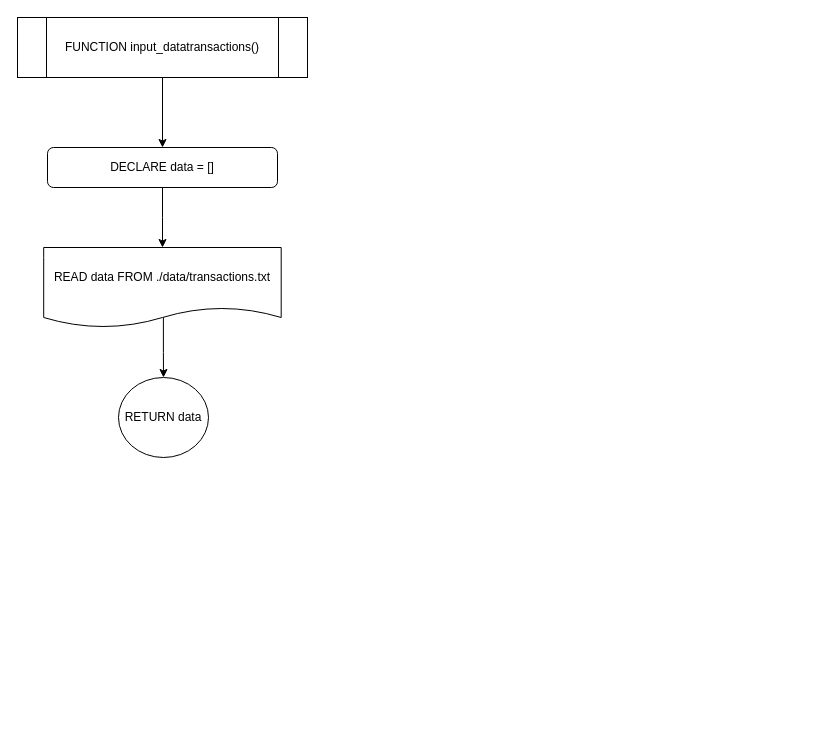
The draw.io diagram Flowchart/default/input_datatransactions.drawio in RabbitBear00/Car-Rental-System, before the edit. Source tidied: cells renumbered, new cells numbered last; positions are measured from the earlier drawing's top-left corner, leaving out a move shared by most shapes. Both pictures are drawn from the tidied source at 100%, with x=0, y=0 at pixel (17, 17).
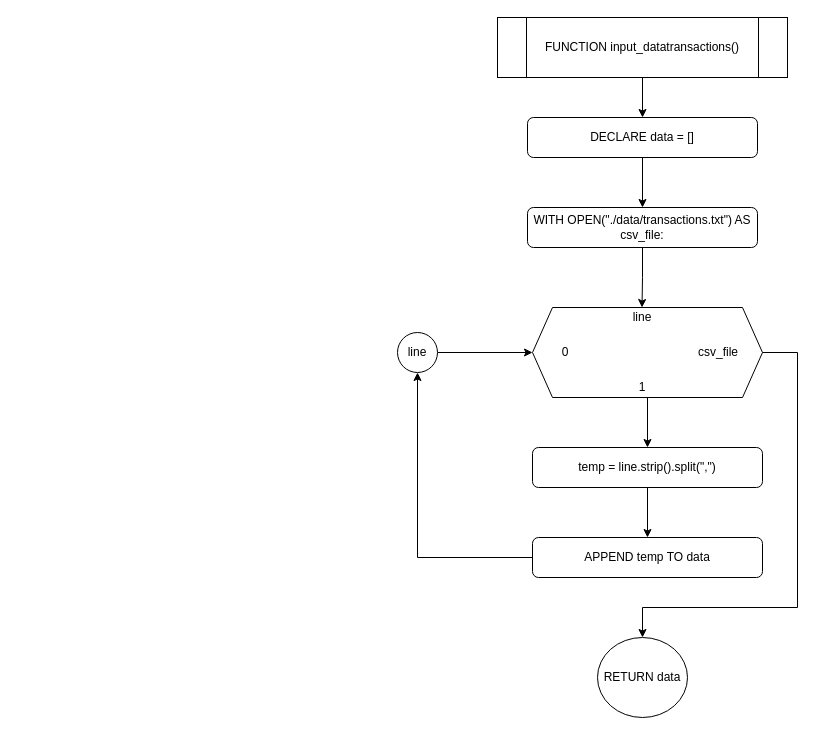
Above is the later version.

The edit, as a diff of the source:
```diff
@@
     <mxCell id="3" value="FUNCTION input_datatransactions()" style="shape=process;whiteSpace=wrap;html=1;backgroundOutline=1;" parent="1" vertex="1">
-      <mxGeometry width="290" height="60" as="geometry" />
+      <mxGeometry x="480" width="290" height="60" as="geometry" />
     </mxCell>
-    <mxCell id="4" style="edgeStyle=orthogonalEdgeStyle;rounded=0;jettySize=auto;html=1;" parent="1" edge="1" source="5" target="7">
-      <mxGeometry relative="1" as="geometry" />
-    </mxCell>
+    <mxCell id="8" value="RETURN data" style="ellipse;whiteSpace=wrap;html=1;" parent="1" vertex="1">
+      <mxGeometry x="580" y="620" width="90" height="80" as="geometry" />
+    </mxCell>
+    <mxCell id="9" style="edgeStyle=orthogonalEdgeStyle;rounded=0;jettySize=auto;html=1;entryX=0.5;entryY=0;entryDx=0;entryDy=0;" parent="1" edge="1" source="10" target="13">
+      <mxGeometry relative="1" as="geometry" />
+    </mxCell>
+    <mxCell id="10" value="WITH OPEN(&quot;./data/transactions.txt&quot;) AS csv_file:" style="rounded=1;whiteSpace=wrap;html=1;" parent="1" vertex="1">
+      <mxGeometry x="510" y="190" width="230" height="40" as="geometry" />
+    </mxCell>
+    <mxCell id="11" style="group;" parent="1" vertex="1">
+      <mxGeometry x="515" y="290" width="230" height="90" as="geometry" />
+    </mxCell>
+    <mxCell id="12" style="shape=hexagon;perimeter=hexagonPerimeter2;whiteSpace=wrap;html=1;fixedSize=1;" parent="11" vertex="1">
+      <mxGeometry width="230" height="90" as="geometry" />
+    </mxCell>
+    <mxCell id="13" value="line" style="text;html=1;strokeColor=none;fillColor=none;align=center;verticalAlign=middle;whiteSpace=wrap;rounded=0;" parent="11" vertex="1">
+      <mxGeometry x="87.6" width="43.8" height="20" as="geometry" />
+    </mxCell>
+    <mxCell id="14" value="0" style="text;html=1;strokeColor=none;fillColor=none;align=center;verticalAlign=middle;whiteSpace=wrap;rounded=0;" parent="11" vertex="1">
+      <mxGeometry x="11" y="35" width="43.8" height="20" as="geometry" />
+    </mxCell>
+    <mxCell id="15" value="1" style="text;html=1;strokeColor=none;fillColor=none;align=center;verticalAlign=middle;whiteSpace=wrap;rounded=0;" parent="11" vertex="1">
+      <mxGeometry x="87.6" y="70" width="43.8" height="20" as="geometry" />
+    </mxCell>
+    <mxCell id="16" value="csv_file" style="text;html=1;strokeColor=none;fillColor=none;align=center;verticalAlign=middle;whiteSpace=wrap;rounded=0;" parent="11" vertex="1">
+      <mxGeometry x="164.3" y="35" width="43.8" height="20" as="geometry" />
+    </mxCell>
+    <mxCell id="17" style="edgeStyle=orthogonalEdgeStyle;rounded=0;jettySize=auto;html=1;" parent="1" edge="1" source="18" target="20">
+      <mxGeometry relative="1" as="geometry" />
+    </mxCell>
+    <mxCell id="18" value="temp = line.strip().split(&quot;,&quot;)" style="rounded=1;whiteSpace=wrap;html=1;" parent="1" vertex="1">
+      <mxGeometry x="515" y="430" width="230" height="40" as="geometry" />
+    </mxCell>
+    <mxCell id="19" style="edgeStyle=orthogonalEdgeStyle;rounded=0;jettySize=auto;html=1;entryX=0.5;entryY=1;entryDx=0;entryDy=0;" parent="1" edge="1" source="20" target="23">
+      <mxGeometry relative="1" as="geometry" />
+    </mxCell>
+    <mxCell id="20" value="APPEND temp TO data" style="rounded=1;whiteSpace=wrap;html=1;" parent="1" vertex="1">
+      <mxGeometry x="515" y="520" width="230" height="40" as="geometry" />
+    </mxCell>
+    <mxCell id="21" style="edgeStyle=orthogonalEdgeStyle;rounded=0;jettySize=auto;html=1;" parent="1" edge="1" source="12" target="18">
+      <mxGeometry relative="1" as="geometry" />
+    </mxCell>
+    <mxCell id="22" style="edgeStyle=orthogonalEdgeStyle;rounded=0;jettySize=auto;html=1;entryX=0;entryY=0.5;entryDx=0;entryDy=0;" parent="1" edge="1" source="23" target="12">
+      <mxGeometry relative="1" as="geometry" />
+    </mxCell>
+    <mxCell id="23" value="line" style="ellipse;whiteSpace=wrap;html=1;" parent="1" vertex="1">
+      <mxGeometry x="380" y="315" width="40" height="40" as="geometry" />
+    </mxCell>
+    <mxCell id="24" style="edgeStyle=orthogonalEdgeStyle;rounded=0;jettySize=auto;html=1;entryX=0.5;entryY=0;entryDx=0;entryDy=0;" parent="1" edge="1" source="12" target="8">
+      <mxGeometry relative="1" as="geometry">
+        <Array as="points">
+          <mxPoint x="780" y="335" />
+          <mxPoint x="780" y="590" />
+          <mxPoint x="625" y="590" />
+        </Array>
+      </mxGeometry>
+    </mxCell>
+    <mxCell id="25" style="edgeStyle=orthogonalEdgeStyle;rounded=0;jettySize=auto;html=1;" parent="1" edge="1" source="5" target="10">
+      <mxGeometry relative="1" as="geometry" />
+    </mxCell>
     <mxCell id="5" value="DECLARE data = []" style="rounded=1;whiteSpace=wrap;html=1;" parent="1" vertex="1">
-      <mxGeometry x="30" y="130" width="230" height="40" as="geometry" />
+      <mxGeometry x="510" y="100" width="230" height="40" as="geometry" />
     </mxCell>
-    <mxCell id="6" style="edgeStyle=orthogonalEdgeStyle;rounded=0;jettySize=auto;html=1;exitX=0.504;exitY=0.863;exitDx=0;exitDy=0;exitPerimeter=0;" parent="1" edge="1" source="7" target="8">
-      <mxGeometry relative="1" as="geometry" />
-    </mxCell>
-    <mxCell id="7" value="&lt;span&gt;READ data FROM&amp;nbsp;&lt;/span&gt;./data/transactions.txt" style="shape=document;whiteSpace=wrap;html=1;boundedLbl=1;size=0.25;" parent="1" vertex="1">
-      <mxGeometry x="26.2" y="230" width="237.5" height="80" as="geometry" />
-    </mxCell>
-    <mxCell id="8" value="RETURN data" style="ellipse;whiteSpace=wrap;html=1;" parent="1" vertex="1">
-      <mxGeometry x="101" y="360" width="90" height="80" as="geometry" />
-    </mxCell>
```
